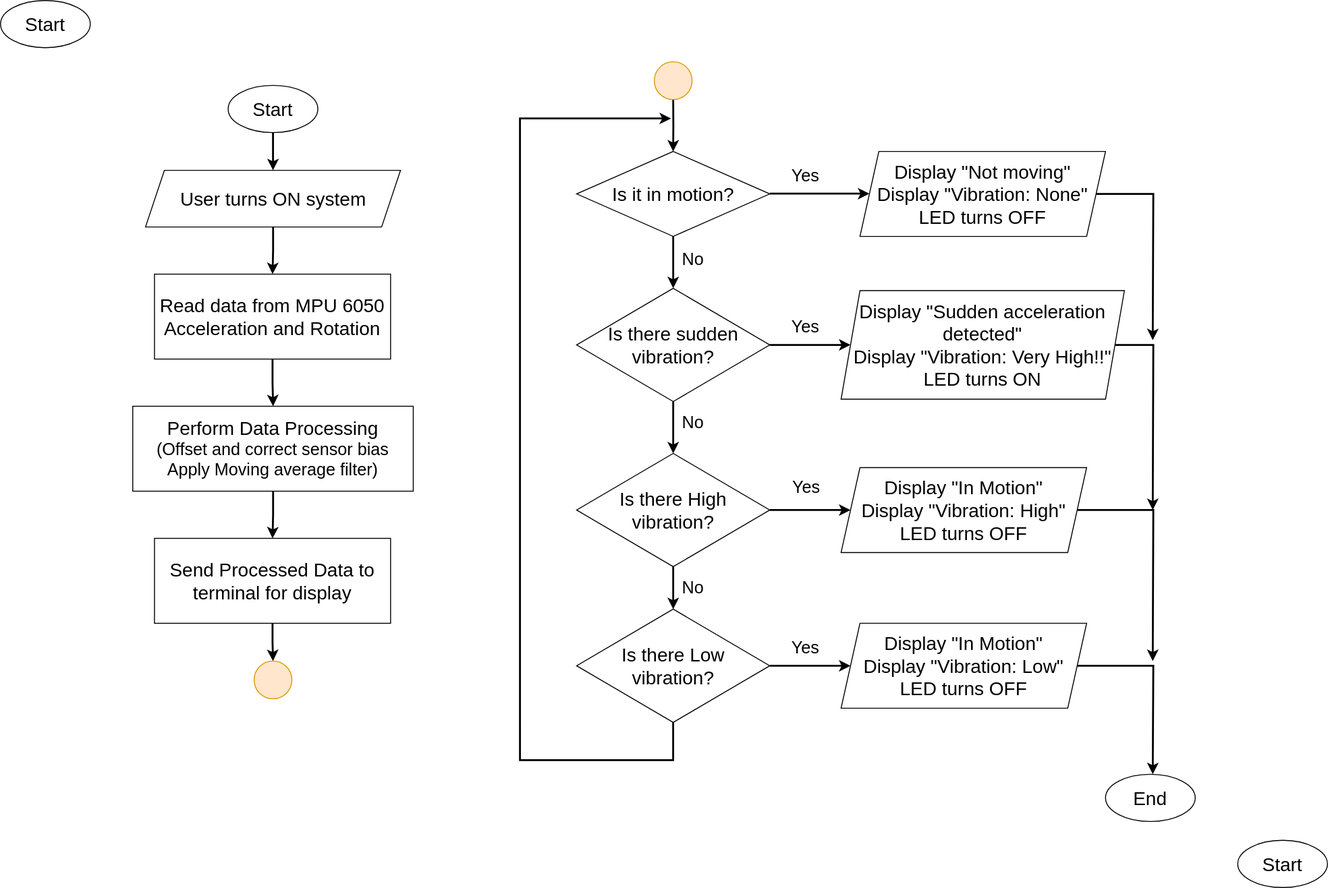
Above: images/FlowChart.svg in bropenguin847/Real-Time-Vibration-Analysis (draw.io), before the change. Source tidied: cells renumbered, new cells last; positions are measured from the earlier drawing's top-left corner, leaving out a move shared by most shapes. Source of this version:
```xml
<mxGraphModel>
  <root>
    <mxCell id="0" />
    <mxCell id="1" parent="0" />
    <mxCell id="2" style="edgeStyle=orthogonalEdgeStyle;rounded=0;jettySize=auto;html=1;strokeWidth=2;" parent="1" edge="1" source="3" target="26">
      <mxGeometry relative="1" as="geometry" />
    </mxCell>
    <mxCell id="3" value="&lt;font style=&quot;font-size: 20px;&quot;&gt;Start&lt;/font&gt;" style="ellipse;whiteSpace=wrap;html=1;" parent="1" vertex="1">
      <mxGeometry x="241" y="90" width="95" height="50" as="geometry" />
    </mxCell>
    <mxCell id="4" value="&lt;font style=&quot;font-size: 20px;&quot;&gt;End&lt;/font&gt;" style="ellipse;whiteSpace=wrap;html=1;" parent="1" vertex="1">
      <mxGeometry x="1170" y="820" width="95" height="50" as="geometry" />
    </mxCell>
    <mxCell id="5" style="edgeStyle=orthogonalEdgeStyle;rounded=0;jettySize=auto;html=1;strokeWidth=2;" parent="1" edge="1" source="6" target="13">
      <mxGeometry relative="1" as="geometry" />
    </mxCell>
    <mxCell id="6" value="&lt;font style=&quot;font-size: 20px;&quot;&gt;Read data from MPU 6050&lt;/font&gt;&lt;div&gt;&lt;span style=&quot;font-size: 20px;&quot;&gt;Acceleration and Rotation&lt;/span&gt;&lt;/div&gt;" style="rounded=0;whiteSpace=wrap;html=1;" parent="1" vertex="1">
      <mxGeometry x="163" y="290" width="250" height="90" as="geometry" />
    </mxCell>
    <mxCell id="7" style="edgeStyle=orthogonalEdgeStyle;rounded=0;jettySize=auto;html=1;strokeWidth=2;" parent="1" edge="1" source="11" target="20">
      <mxGeometry relative="1" as="geometry" />
    </mxCell>
    <mxCell id="8" value="&lt;font style=&quot;font-size: 18px;&quot;&gt;No&lt;/font&gt;" style="edgeLabel;html=1;align=center;verticalAlign=middle;" parent="7" vertex="1">
      <mxGeometry x="-0.21" y="-2" relative="1" as="geometry">
        <mxPoint x="22" as="offset" />
      </mxGeometry>
    </mxCell>
    <mxCell id="9" style="edgeStyle=orthogonalEdgeStyle;rounded=0;jettySize=auto;html=1;strokeWidth=2;" parent="1" edge="1" source="11" target="35">
      <mxGeometry relative="1" as="geometry" />
    </mxCell>
    <mxCell id="10" value="&lt;font style=&quot;font-size: 18px;&quot;&gt;Yes&lt;/font&gt;" style="edgeLabel;html=1;align=center;verticalAlign=middle;" parent="9" vertex="1">
      <mxGeometry x="0.02" y="1" relative="1" as="geometry">
        <mxPoint x="-8" y="-19" as="offset" />
      </mxGeometry>
    </mxCell>
    <mxCell id="11" value="&lt;font style=&quot;font-size: 20px;&quot;&gt;Is there sudden vibration?&lt;/font&gt;" style="rhombus;whiteSpace=wrap;html=1;" parent="1" vertex="1">
      <mxGeometry x="610" y="305" width="204.5" height="120" as="geometry" />
    </mxCell>
    <mxCell id="12" style="edgeStyle=orthogonalEdgeStyle;rounded=0;jettySize=auto;html=1;strokeWidth=2;" parent="1" edge="1" source="13" target="15">
      <mxGeometry relative="1" as="geometry" />
    </mxCell>
    <mxCell id="13" value="&lt;span style=&quot;font-size: 20px;&quot;&gt;Perform Data Processing&lt;/span&gt;&lt;div&gt;&lt;span style=&quot;font-size: 18px;&quot;&gt;(Offset and correct sensor bias&lt;/span&gt;&lt;/div&gt;&lt;div&gt;&lt;span style=&quot;font-size: 18px;&quot;&gt;Apply Moving average filter)&lt;/span&gt;&lt;/div&gt;" style="rounded=0;whiteSpace=wrap;html=1;" parent="1" vertex="1">
      <mxGeometry x="140" y="430" width="297" height="90" as="geometry" />
    </mxCell>
    <mxCell id="14" style="edgeStyle=orthogonalEdgeStyle;rounded=0;jettySize=auto;html=1;strokeWidth=2;" parent="1" edge="1" source="15" target="27">
      <mxGeometry relative="1" as="geometry" />
    </mxCell>
    <mxCell id="15" value="&lt;span style=&quot;font-size: 20px;&quot;&gt;Send Processed Data to terminal for display&lt;/span&gt;" style="rounded=0;whiteSpace=wrap;html=1;" parent="1" vertex="1">
      <mxGeometry x="163" y="570" width="250" height="90" as="geometry" />
    </mxCell>
    <mxCell id="16" style="edgeStyle=orthogonalEdgeStyle;rounded=0;jettySize=auto;html=1;strokeWidth=2;" parent="1" edge="1" source="20" target="24">
      <mxGeometry relative="1" as="geometry" />
    </mxCell>
    <mxCell id="17" value="&lt;span style=&quot;font-size: 18px;&quot;&gt;No&lt;/span&gt;" style="edgeLabel;html=1;align=center;verticalAlign=middle;" parent="16" vertex="1">
      <mxGeometry x="-0.04" y="2" relative="1" as="geometry">
        <mxPoint x="18" as="offset" />
      </mxGeometry>
    </mxCell>
    <mxCell id="18" style="edgeStyle=orthogonalEdgeStyle;rounded=0;jettySize=auto;html=1;strokeWidth=2;" parent="1" edge="1" source="20" target="31">
      <mxGeometry relative="1" as="geometry" />
    </mxCell>
    <mxCell id="19" value="&lt;font style=&quot;font-size: 18px;&quot;&gt;Yes&lt;/font&gt;" style="edgeLabel;html=1;align=center;verticalAlign=middle;" parent="18" vertex="1">
      <mxGeometry x="0.06" relative="1" as="geometry">
        <mxPoint x="-9" y="-25" as="offset" />
      </mxGeometry>
    </mxCell>
    <mxCell id="20" value="&lt;font style=&quot;font-size: 20px;&quot;&gt;Is there High vibration?&lt;/font&gt;" style="rhombus;whiteSpace=wrap;html=1;" parent="1" vertex="1">
      <mxGeometry x="610" y="480" width="204.5" height="120" as="geometry" />
    </mxCell>
    <mxCell id="21" style="edgeStyle=orthogonalEdgeStyle;rounded=0;jettySize=auto;html=1;strokeWidth=2;" parent="1" edge="1" source="24" target="33">
      <mxGeometry relative="1" as="geometry" />
    </mxCell>
    <mxCell id="22" value="&lt;font style=&quot;font-size: 18px;&quot;&gt;Yes&lt;/font&gt;" style="edgeLabel;html=1;align=center;verticalAlign=middle;" parent="21" vertex="1">
      <mxGeometry x="-0.18" y="-1" relative="1" as="geometry">
        <mxPoint y="-21" as="offset" />
      </mxGeometry>
    </mxCell>
    <mxCell id="23" style="edgeStyle=orthogonalEdgeStyle;rounded=0;jettySize=auto;html=1;strokeWidth=2;" parent="1" edge="1" source="24">
      <mxGeometry relative="1" as="geometry">
        <mxPoint x="710" y="125" as="targetPoint" />
        <Array as="points">
          <mxPoint x="712" y="805" />
          <mxPoint x="550" y="805" />
          <mxPoint x="550" y="125" />
        </Array>
      </mxGeometry>
    </mxCell>
    <mxCell id="24" value="&lt;font style=&quot;font-size: 20px;&quot;&gt;Is there Low&lt;/font&gt;&lt;div&gt;&lt;font style=&quot;font-size: 20px;&quot;&gt;vibration?&lt;/font&gt;&lt;/div&gt;" style="rhombus;whiteSpace=wrap;html=1;" parent="1" vertex="1">
      <mxGeometry x="610" y="645" width="204.5" height="120" as="geometry" />
    </mxCell>
    <mxCell id="25" style="edgeStyle=orthogonalEdgeStyle;rounded=0;jettySize=auto;html=1;strokeWidth=2;" parent="1" edge="1" source="26" target="6">
      <mxGeometry relative="1" as="geometry" />
    </mxCell>
    <mxCell id="26" value="&lt;font style=&quot;font-size: 20px;&quot;&gt;User turns ON system&lt;/font&gt;" style="shape=parallelogram;perimeter=parallelogramPerimeter;whiteSpace=wrap;html=1;fixedSize=1;" parent="1" vertex="1">
      <mxGeometry x="153.5" y="180" width="270" height="60" as="geometry" />
    </mxCell>
    <mxCell id="27" style="ellipse;whiteSpace=wrap;html=1;fillColor=#ffe6cc;strokeColor=#d79b00;" parent="1" vertex="1">
      <mxGeometry x="268.5" y="700" width="40" height="40" as="geometry" />
    </mxCell>
    <mxCell id="28" style="edgeStyle=orthogonalEdgeStyle;rounded=0;jettySize=auto;html=1;strokeWidth=2;" parent="1" edge="1" source="29" target="40">
      <mxGeometry relative="1" as="geometry" />
    </mxCell>
    <mxCell id="29" style="ellipse;whiteSpace=wrap;html=1;fillColor=#ffe6cc;strokeColor=#d79b00;" parent="1" vertex="1">
      <mxGeometry x="692.2" y="65" width="40" height="40" as="geometry" />
    </mxCell>
    <mxCell id="30" style="edgeStyle=orthogonalEdgeStyle;rounded=0;jettySize=auto;html=1;strokeWidth=2;" parent="1" edge="1" source="31">
      <mxGeometry relative="1" as="geometry">
        <mxPoint x="1220" y="700" as="targetPoint" />
      </mxGeometry>
    </mxCell>
    <mxCell id="31" value="&lt;div&gt;&lt;font style=&quot;font-size: 20px;&quot;&gt;Display &quot;In Motion&quot;&lt;/font&gt;&lt;/div&gt;&lt;font style=&quot;font-size: 20px;&quot;&gt;Display &quot;Vibration: High&quot;&lt;/font&gt;&lt;div&gt;&lt;font style=&quot;font-size: 20px;&quot;&gt;LED turns OFF&lt;/font&gt;&lt;/div&gt;" style="shape=parallelogram;perimeter=parallelogramPerimeter;whiteSpace=wrap;html=1;fixedSize=1;" parent="1" vertex="1">
      <mxGeometry x="890" y="495" width="260" height="90" as="geometry" />
    </mxCell>
    <mxCell id="32" style="edgeStyle=orthogonalEdgeStyle;rounded=0;jettySize=auto;html=1;strokeWidth=2;" parent="1" edge="1" source="33">
      <mxGeometry relative="1" as="geometry">
        <mxPoint x="1220" y="820" as="targetPoint" />
      </mxGeometry>
    </mxCell>
    <mxCell id="33" value="&lt;div&gt;&lt;font style=&quot;font-size: 20px;&quot;&gt;Display &quot;In Motion&quot;&lt;/font&gt;&lt;/div&gt;&lt;font style=&quot;font-size: 20px;&quot;&gt;Display &quot;Vibration: Low&quot;&lt;/font&gt;&lt;div&gt;&lt;font style=&quot;font-size: 20px;&quot;&gt;LED turns OFF&lt;/font&gt;&lt;/div&gt;" style="shape=parallelogram;perimeter=parallelogramPerimeter;whiteSpace=wrap;html=1;fixedSize=1;" parent="1" vertex="1">
      <mxGeometry x="890" y="660" width="260" height="90" as="geometry" />
    </mxCell>
    <mxCell id="34" style="edgeStyle=orthogonalEdgeStyle;rounded=0;jettySize=auto;html=1;strokeWidth=2;" parent="1" edge="1" source="35">
      <mxGeometry relative="1" as="geometry">
        <mxPoint x="1220" y="540" as="targetPoint" />
      </mxGeometry>
    </mxCell>
    <mxCell id="35" value="&lt;div&gt;&lt;font style=&quot;font-size: 20px;&quot;&gt;Display &quot;Sudden acceleration detected&quot;&lt;/font&gt;&lt;/div&gt;&lt;font style=&quot;font-size: 20px;&quot;&gt;Display &quot;Vibration: Very High!!&quot;&lt;/font&gt;&lt;div&gt;&lt;font style=&quot;font-size: 20px;&quot;&gt;LED turns ON&lt;/font&gt;&lt;/div&gt;" style="shape=parallelogram;perimeter=parallelogramPerimeter;whiteSpace=wrap;html=1;fixedSize=1;" parent="1" vertex="1">
      <mxGeometry x="890" y="307.5" width="300" height="115" as="geometry" />
    </mxCell>
    <mxCell id="36" style="edgeStyle=orthogonalEdgeStyle;rounded=0;jettySize=auto;html=1;strokeWidth=2;" parent="1" edge="1" source="40" target="11">
      <mxGeometry relative="1" as="geometry" />
    </mxCell>
    <mxCell id="37" value="&lt;font style=&quot;font-size: 18px;&quot;&gt;No&lt;/font&gt;" style="edgeLabel;html=1;align=center;verticalAlign=middle;" parent="36" vertex="1">
      <mxGeometry x="-0.15" relative="1" as="geometry">
        <mxPoint x="20" as="offset" />
      </mxGeometry>
    </mxCell>
    <mxCell id="38" style="edgeStyle=orthogonalEdgeStyle;rounded=0;orthogonalLoop=1;jettySize=auto;html=1;strokeWidth=2;" parent="1" edge="1">
      <mxGeometry relative="1" as="geometry">
        <mxPoint x="814.5" y="204.7" as="sourcePoint" />
        <mxPoint x="920" y="204.7" as="targetPoint" />
      </mxGeometry>
    </mxCell>
    <mxCell id="39" value="&lt;font style=&quot;font-size: 18px;&quot;&gt;Yes&lt;/font&gt;" style="edgeLabel;html=1;align=center;verticalAlign=middle;" parent="38" vertex="1">
      <mxGeometry x="-0.1" y="1" relative="1" as="geometry">
        <mxPoint x="-12" y="-19" as="offset" />
      </mxGeometry>
    </mxCell>
    <mxCell id="40" value="&lt;font style=&quot;font-size: 20px;&quot;&gt;Is it in motion?&lt;/font&gt;" style="rhombus;whiteSpace=wrap;html=1;" parent="1" vertex="1">
      <mxGeometry x="610" y="160" width="204.5" height="90" as="geometry" />
    </mxCell>
    <mxCell id="41" style="edgeStyle=orthogonalEdgeStyle;rounded=0;jettySize=auto;html=1;strokeWidth=2;" parent="1" edge="1" source="42">
      <mxGeometry relative="1" as="geometry">
        <mxPoint x="1220" y="360" as="targetPoint" />
      </mxGeometry>
    </mxCell>
    <mxCell id="42" value="&lt;div&gt;&lt;font style=&quot;font-size: 20px;&quot;&gt;Display &quot;Not moving&quot;&lt;/font&gt;&lt;/div&gt;&lt;font style=&quot;font-size: 20px;&quot;&gt;Display &quot;Vibration: None&quot;&lt;/font&gt;&lt;div&gt;&lt;font style=&quot;font-size: 20px;&quot;&gt;LED turns OFF&lt;/font&gt;&lt;/div&gt;" style="shape=parallelogram;perimeter=parallelogramPerimeter;whiteSpace=wrap;html=1;fixedSize=1;" parent="1" vertex="1">
      <mxGeometry x="910" y="160" width="260" height="90" as="geometry" />
    </mxCell>
    <mxCell id="43" value="&lt;font style=&quot;font-size: 20px;&quot;&gt;Start&lt;/font&gt;" style="ellipse;whiteSpace=wrap;html=1;" parent="1" vertex="1">
      <mxGeometry width="95" height="50" as="geometry" />
    </mxCell>
    <mxCell id="44" value="&lt;font style=&quot;font-size: 20px;&quot;&gt;Start&lt;/font&gt;" style="ellipse;whiteSpace=wrap;html=1;" parent="1" vertex="1">
      <mxGeometry x="1310" y="890" width="95" height="50" as="geometry" />
    </mxCell>
  </root>
</mxGraphModel>
```
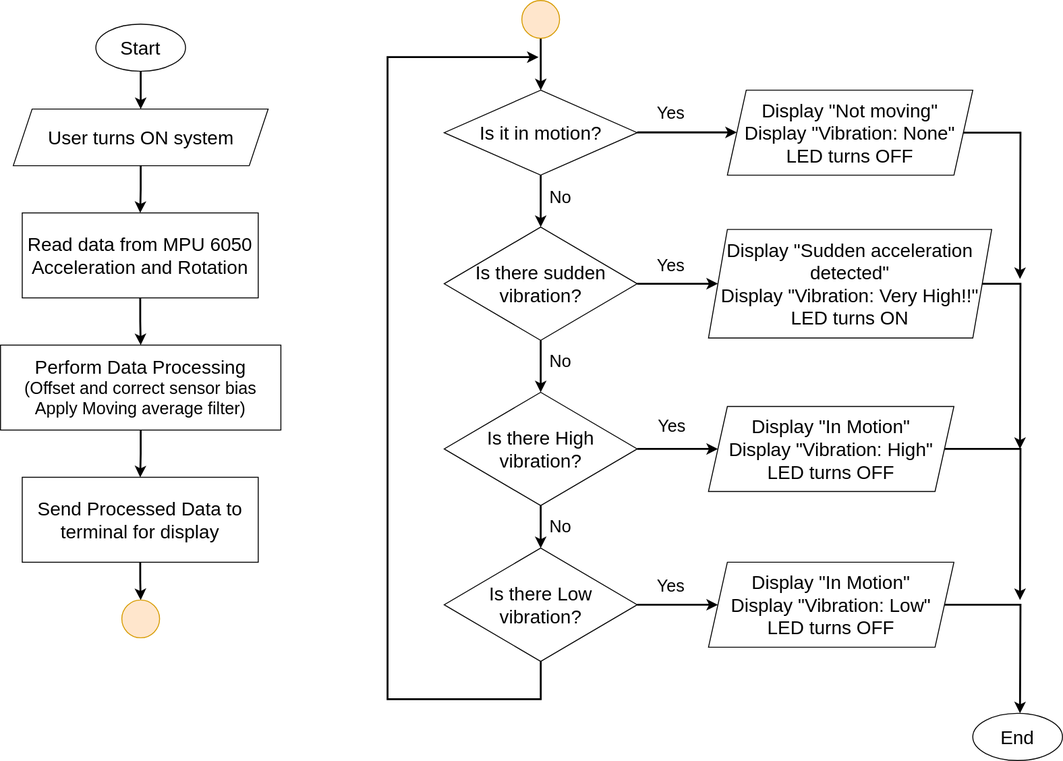
The same file after the commit.

Commit message:
Added flowchart and source code

Added images detailing flow chart of system operation and how to download source code

The edit, as a diff of the source:
```diff
@@ -157,11 +157,5 @@
     <mxCell id="42" value="&lt;div&gt;&lt;font style=&quot;font-size: 20px;&quot;&gt;Display &quot;Not moving&quot;&lt;/font&gt;&lt;/div&gt;&lt;font style=&quot;font-size: 20px;&quot;&gt;Display &quot;Vibration: None&quot;&lt;/font&gt;&lt;div&gt;&lt;font style=&quot;font-size: 20px;&quot;&gt;LED turns OFF&lt;/font&gt;&lt;/div&gt;" style="shape=parallelogram;perimeter=parallelogramPerimeter;whiteSpace=wrap;html=1;fixedSize=1;" parent="1" vertex="1">
       <mxGeometry x="910" y="160" width="260" height="90" as="geometry" />
     </mxCell>
-    <mxCell id="43" value="&lt;font style=&quot;font-size: 20px;&quot;&gt;Start&lt;/font&gt;" style="ellipse;whiteSpace=wrap;html=1;" parent="1" vertex="1">
-      <mxGeometry width="95" height="50" as="geometry" />
-    </mxCell>
-    <mxCell id="44" value="&lt;font style=&quot;font-size: 20px;&quot;&gt;Start&lt;/font&gt;" style="ellipse;whiteSpace=wrap;html=1;" parent="1" vertex="1">
-      <mxGeometry x="1310" y="890" width="95" height="50" as="geometry" />
-    </mxCell>
   </root>
 </mxGraphModel>
```
